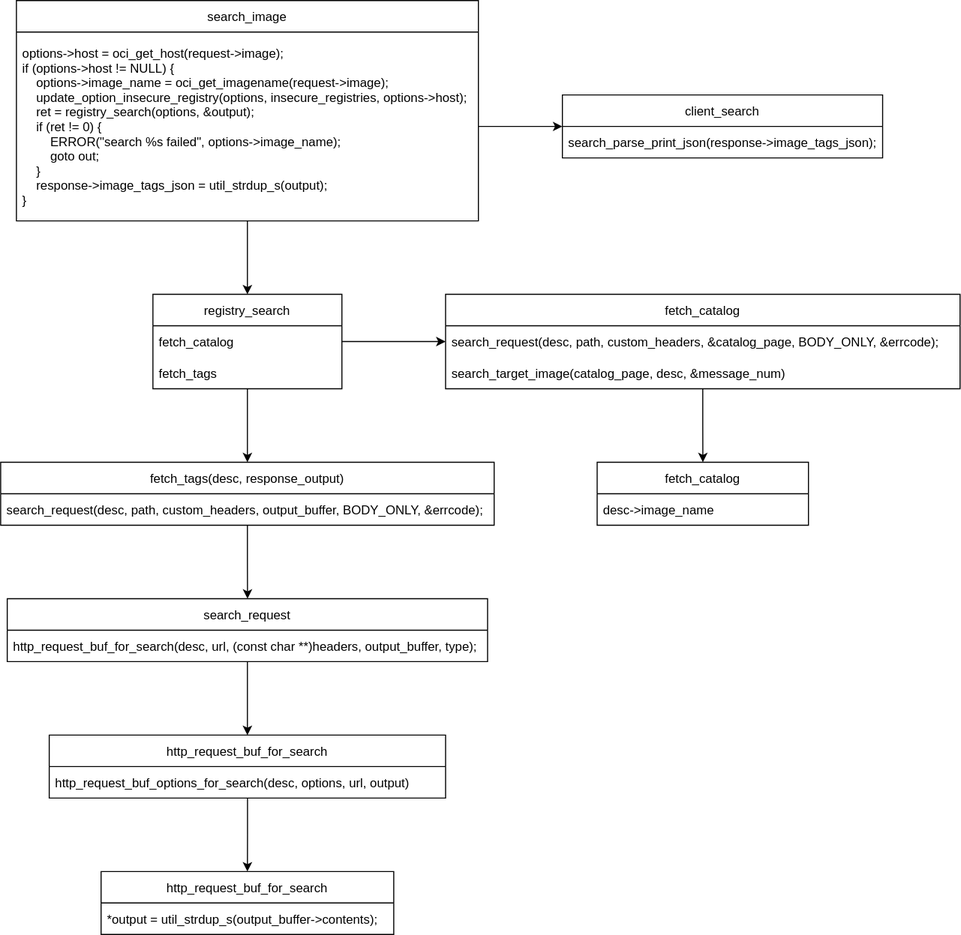
Before: isula_search.svg, a diagram exported from draw.io (muzi-q7/Diagram). Source tidied: cells renumbered, new cells last; positions are measured from the earlier drawing's top-left corner, leaving out a move shared by most shapes.
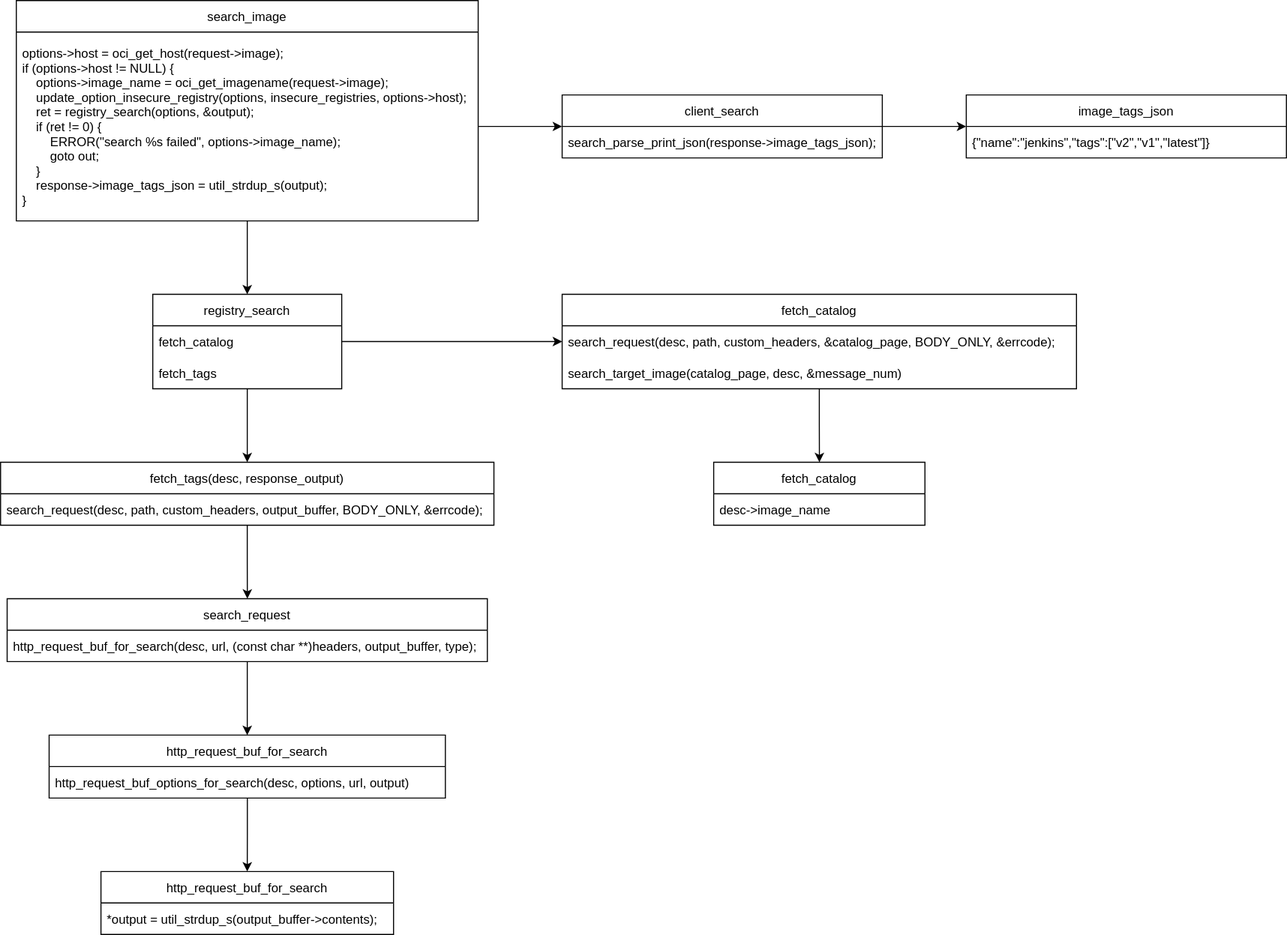
After the change.

Diff of the diagram source:
```diff
@@ -59,6 +59,9 @@
     <mxCell id="20" value="*output = util_strdup_s(output_buffer-&gt;contents);" style="text;strokeColor=none;fillColor=none;align=left;verticalAlign=middle;spacingLeft=4;spacingRight=4;overflow=hidden;" parent="19" vertex="1">
       <mxGeometry y="30" width="278.8" height="30" as="geometry" />
     </mxCell>
+    <mxCell id="30" style="edgeStyle=orthogonalEdgeStyle;rounded=0;jettySize=auto;html=1;" parent="1" edge="1" source="21" target="31">
+      <mxGeometry relative="1" as="geometry" />
+    </mxCell>
     <mxCell id="21" value="client_search" style="swimlane;fontStyle=0;horizontal=1;startSize=30;fillColor=none;" parent="1" vertex="1">
       <mxGeometry x="535" y="90" width="305" height="60" as="geometry" />
     </mxCell>
@@ -74,7 +77,7 @@
       <mxGeometry relative="1" as="geometry" />
     </mxCell>
     <mxCell id="25" value="fetch_catalog" style="swimlane;fontStyle=0;horizontal=1;startSize=30;" parent="1" vertex="1">
-      <mxGeometry x="423.7" y="280" width="490" height="90" as="geometry" />
+      <mxGeometry x="535" y="280" width="490" height="90" as="geometry" />
     </mxCell>
     <mxCell id="26" value="search_request(desc, path, custom_headers, &amp;catalog_page, BODY_ONLY, &amp;errcode);" style="text;strokeColor=none;fillColor=none;align=left;verticalAlign=middle;spacingLeft=4;spacingRight=4;overflow=hidden;" parent="25" vertex="1">
       <mxGeometry y="30" width="490" height="30" as="geometry" />
@@ -83,10 +86,16 @@
       <mxGeometry y="60" width="490" height="30" as="geometry" />
     </mxCell>
     <mxCell id="28" value="fetch_catalog" style="swimlane;fontStyle=0;horizontal=1;startSize=30;" parent="1" vertex="1">
-      <mxGeometry x="568.1" y="440" width="201.3" height="60" as="geometry" />
+      <mxGeometry x="679.4" y="440" width="201.3" height="60" as="geometry" />
     </mxCell>
     <mxCell id="29" value="desc-&gt;image_name" style="text;strokeColor=none;fillColor=none;align=left;verticalAlign=middle;spacingLeft=4;spacingRight=4;overflow=hidden;" parent="28" vertex="1">
       <mxGeometry y="30" width="201.3" height="30" as="geometry" />
     </mxCell>
+    <mxCell id="31" value="image_tags_json" style="swimlane;fontStyle=0;horizontal=1;startSize=30;fillColor=none;" parent="1" vertex="1">
+      <mxGeometry x="920" y="90" width="305" height="60" as="geometry" />
+    </mxCell>
+    <mxCell id="32" value="{&quot;name&quot;:&quot;jenkins&quot;,&quot;tags&quot;:[&quot;v2&quot;,&quot;v1&quot;,&quot;latest&quot;]}" style="text;strokeColor=none;fillColor=none;align=left;verticalAlign=middle;spacingLeft=4;spacingRight=4;overflow=hidden;" parent="31" vertex="1">
+      <mxGeometry y="30" width="305" height="30" as="geometry" />
+    </mxCell>
   </root>
 </mxGraphModel>
```
